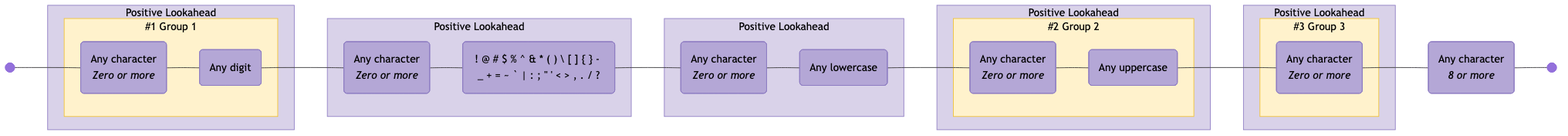
Earlier version of the Mermaid export diagrams/password-requirements.mermaid-diagram.png (tayles/regex-to-mermaid). Its source is kept beside it as diagrams/password-requirements.mermaid.
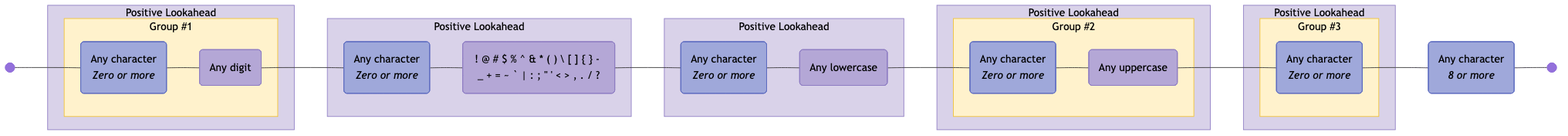
The same diagram one commit later.

What changed in the source:
```diff
@@ -4,20 +4,20 @@
 
   start@{ shape: f-circ };
   fin@{ shape: f-circ };
-  char_class_1("Any character<br><i>Zero or more</i>"):::char-class;
-  char_class_2("Any digit"):::char-class;
-  char_class_3("Any character<br><i>Zero or more</i>"):::char-class;
-  char_class_4("\! @ # $ % ^ & * ( ) \\ [ \] { } \- _ + = ~ ` | : ; #quot; ' < > , . / ?"):::char-class;
-  char_class_5("Any character<br><i>Zero or more</i>"):::char-class;
-  char_class_6("Any lowercase"):::char-class;
-  char_class_7("Any character<br><i>Zero or more</i>"):::char-class;
-  char_class_8("Any uppercase"):::char-class;
-  char_class_9("Any character<br><i>Zero or more</i>"):::char-class;
-  char_class_10("Any character<br><i>8 or more</i>"):::char-class;
+  char_set_1("Any character<br><i>Zero or more</i>"):::char-set;
+  char_class_1("Any digit"):::char-class;
+  char_set_2("Any character<br><i>Zero or more</i>"):::char-set;
+  char_class_2("\! @ # $ % ^ & * ( ) \\ [ \] { } \- _ + = ~ ` | : ; #quot; ' < > , . / ?"):::char-class;
+  char_set_3("Any character<br><i>Zero or more</i>"):::char-set;
+  char_class_3("Any lowercase"):::char-class;
+  char_set_4("Any character<br><i>Zero or more</i>"):::char-set;
+  char_class_4("Any uppercase"):::char-class;
+  char_set_5("Any character<br><i>Zero or more</i>"):::char-set;
+  char_set_6("Any character<br><i>8 or more</i>"):::char-set;
 
-  subgraph standard_1 ["#1 Group 1"]
+  subgraph standard_1 ["Group #1"]
+    char_set_1
     char_class_1
-    char_class_2
   end
 
   subgraph positive_lookahead_1 ["Positive Lookahead"]
@@ -25,44 +25,45 @@
   end
 
   subgraph positive_lookahead_2 ["Positive Lookahead"]
-    char_class_3
-    char_class_4
+    char_set_2
+    char_class_2
   end
 
   subgraph positive_lookahead_3 ["Positive Lookahead"]
-    char_class_5
-    char_class_6
+    char_set_3
+    char_class_3
   end
 
-  subgraph standard_2 ["#2 Group 2"]
-    char_class_7
-    char_class_8
+  subgraph standard_2 ["Group #2"]
+    char_set_4
+    char_class_4
   end
 
   subgraph positive_lookahead_4 ["Positive Lookahead"]
     standard_2
   end
 
-  subgraph standard_3 ["#3 Group 3"]
-    char_class_9
+  subgraph standard_3 ["Group #3"]
+    char_set_5
   end
 
   subgraph positive_lookahead_5 ["Positive Lookahead"]
     standard_3
   end
 
-  start --- char_class_1;
-  char_class_1 --- char_class_2;
-  char_class_2 --- char_class_3;
-  char_class_3 --- char_class_4;
-  char_class_4 --- char_class_5;
-  char_class_5 --- char_class_6;
-  char_class_6 --- char_class_7;
-  char_class_7 --- char_class_8;
-  char_class_8 --- char_class_9;
-  char_class_9 --- char_class_10;
-  char_class_10 --- fin;
+  start --- char_set_1;
+  char_set_1 --- char_class_1;
+  char_class_1 --- char_set_2;
+  char_set_2 --- char_class_2;
+  char_class_2 --- char_set_3;
+  char_set_3 --- char_class_3;
+  char_class_3 --- char_set_4;
+  char_set_4 --- char_class_4;
+  char_class_4 --- char_set_5;
+  char_set_5 --- char_set_6;
+  char_set_6 --- fin;
 
+  classDef char-set fill:#9FA8DA,stroke:#5C6BC0,color:#000000;
   classDef char-class fill:#B4A7D6,stroke:#8E7CC3,color:#000000;
 
   classDef standard fill:#FFF2CC,stroke:#F1C232,color:#000000;
```
